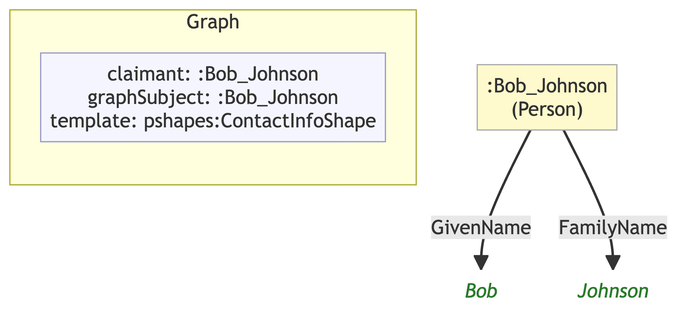
MeeFoundation/mia-ontologies keeps this Mermaid diagram as example/graphs/images/graph-03.png. Above is the earlier version. Its source is kept beside it as example/graphs/images/graph-03.mmd.
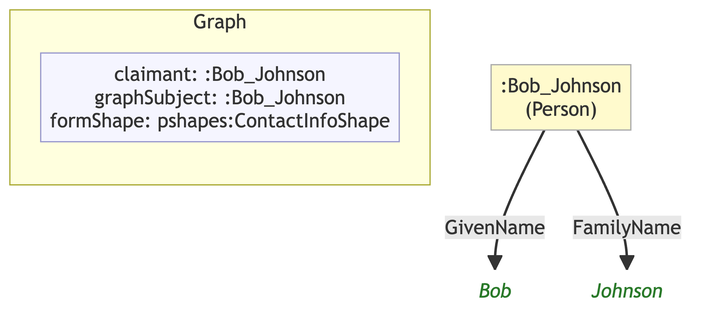
After the change.

Change to the diagram source:
```diff
@@ -7,12 +7,12 @@
 
     subgraph ctx["Graph"]
         direction LR
-        ctx_meta["claimant: :Bob_Johnson\ngraphSubject: :Bob_Johnson\ntemplate: pshapes:ContactInfoShape"]:::meta
+        ctx_meta["claimant: :Bob_Johnson\ngraphSubject: :Bob_Johnson\nformShape: pshapes:ContactInfoShape"]:::meta
     end
 
-    n166b15bd501b[":Bob_Johnson\n(Person)"]:::person
-    n63dfc579f7db("Bob"):::lit
-    necf09535d80e("Johnson"):::lit
+    ncec7d6304e56[":Bob_Johnson\n(Person)"]:::person
+    ne44eff8b19e7("Bob"):::lit
+    n831ea3ab0b59("Johnson"):::lit
 
-    n166b15bd501b -->|"GivenName"| n63dfc579f7db
-    n166b15bd501b -->|"FamilyName"| necf09535d80e
+    ncec7d6304e56 -->|"GivenName"| ne44eff8b19e7
+    ncec7d6304e56 -->|"FamilyName"| n831ea3ab0b59
```
